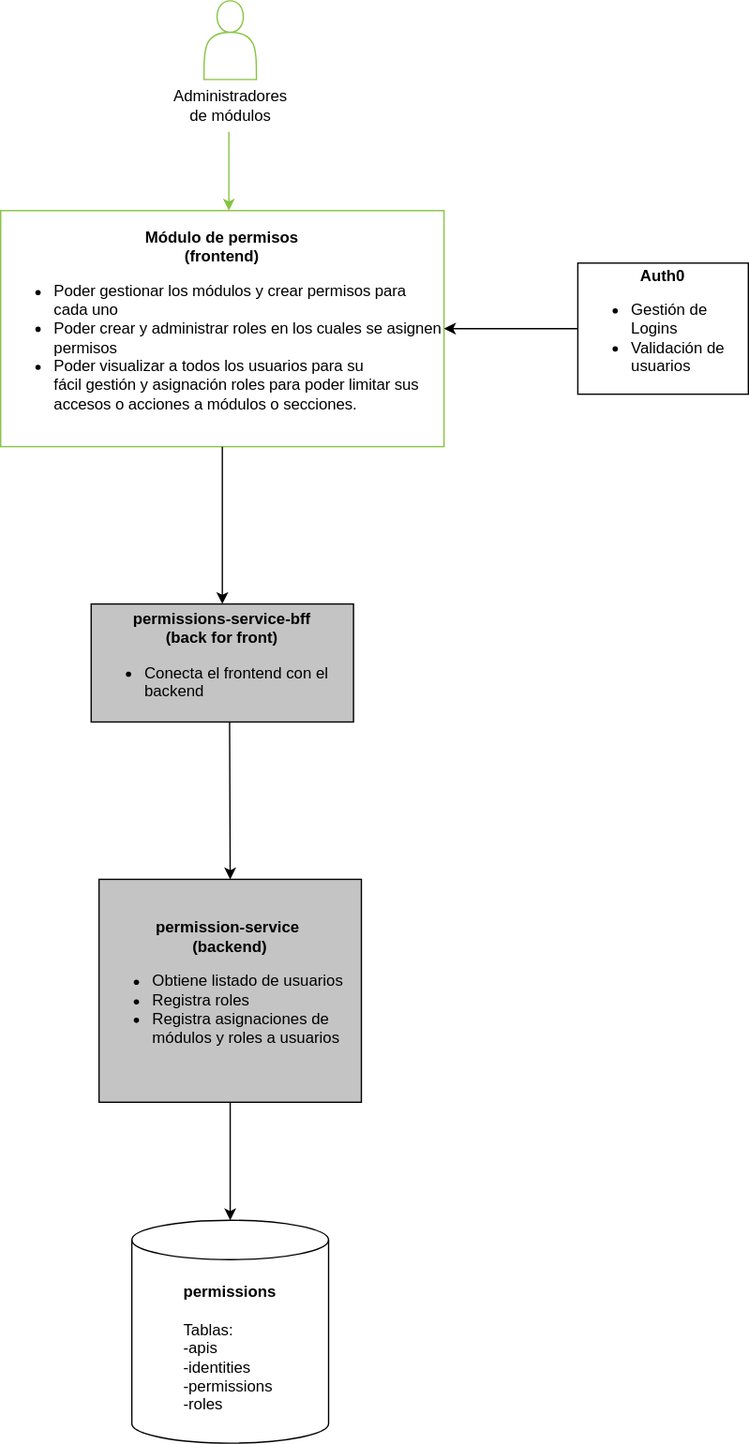
Before: Diagrama C2 Módulo de permisos.svg, a diagram exported from draw.io (dani99m/Diagramas). Source tidied: cells renumbered, new cells last; positions are measured from the earlier drawing's top-left corner, leaving out a move shared by most shapes.
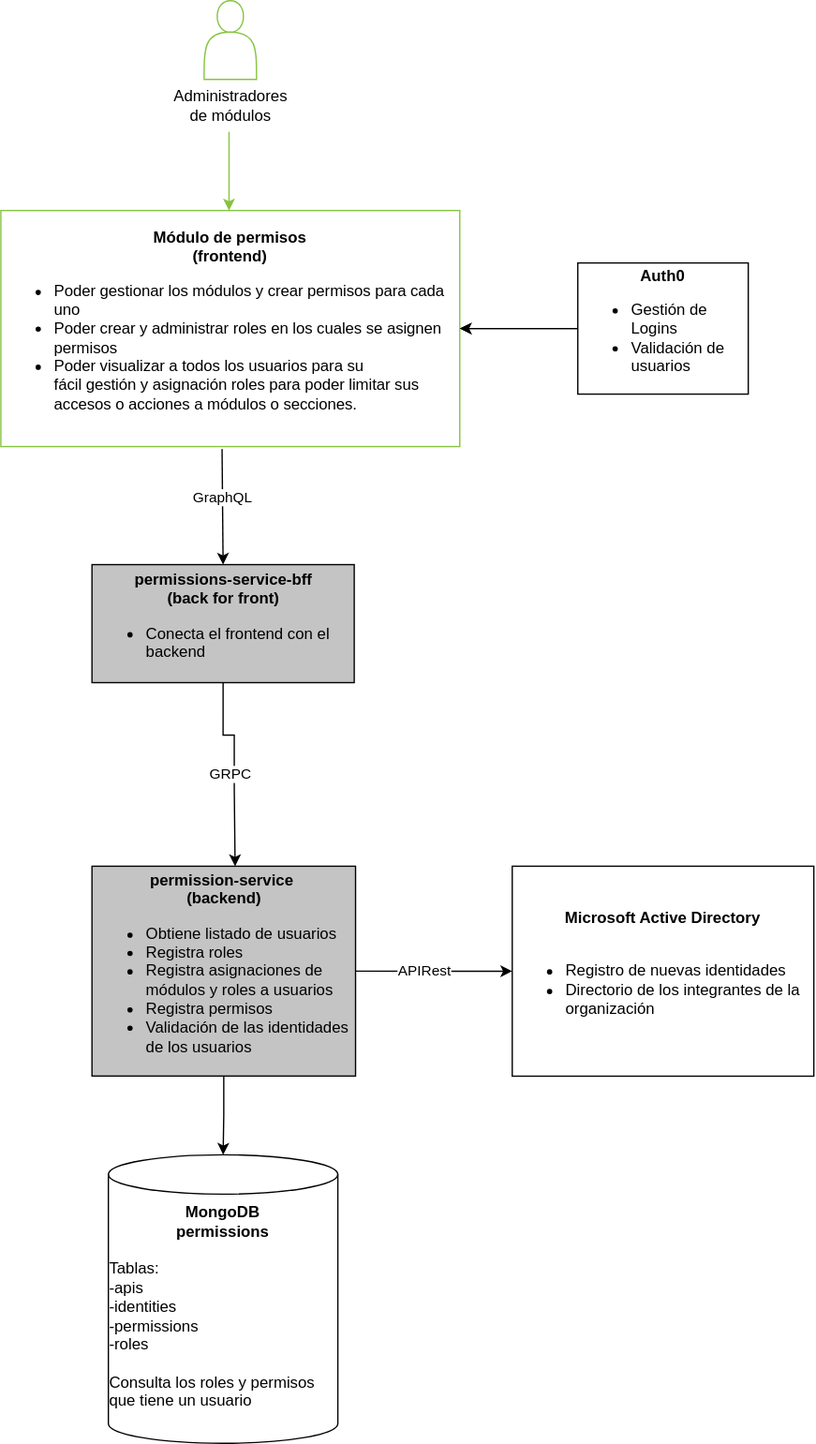
The same file after the commit.

The edit, as a diff of the source:
```diff
@@ -18,37 +18,59 @@
       </mxGeometry>
     </mxCell>
     <mxCell id="5" value="&lt;span style=&quot;background-color: initial;&quot;&gt;&lt;b&gt;Módulo de permisos&lt;br&gt;(frontend)&lt;/b&gt;&lt;br&gt;&lt;ul style=&quot;&quot;&gt;&lt;li style=&quot;text-align: left;&quot;&gt;&lt;span style=&quot;background-color: initial;&quot;&gt;&lt;span style=&quot;font-size: 1em; letter-spacing: -0.005em;&quot;&gt;Poder gestionar los &lt;/span&gt;&lt;span style=&quot;font-size: 12px; letter-spacing: -0.06px;&quot;&gt;módulos&lt;/span&gt;&lt;span style=&quot;font-size: 1em; letter-spacing: -0.005em;&quot;&gt;&amp;nbsp;y crear permisos para cada uno&lt;/span&gt;&lt;/span&gt;&lt;/li&gt;&lt;li style=&quot;text-align: left;&quot;&gt;&lt;span style=&quot;font-size: 1em; letter-spacing: -0.005em; background-color: initial;&quot;&gt;Poder crear y administrar roles en los cuales se asignen permisos&lt;/span&gt;&lt;/li&gt;&lt;li style=&quot;text-align: left;&quot;&gt;&lt;span style=&quot;background-color: initial;&quot;&gt;&lt;span style=&quot;font-size: 1em; letter-spacing: -0.005em;&quot;&gt;Poder visualizar a todos los usuarios para su &lt;/span&gt;&lt;span style=&quot;font-size: 12px; letter-spacing: -0.06px;&quot;&gt;fácil&lt;/span&gt;&lt;span style=&quot;font-size: 1em; letter-spacing: -0.005em;&quot;&gt;&amp;nbsp;&lt;/span&gt;&lt;span style=&quot;font-size: 12px; letter-spacing: -0.06px;&quot;&gt;gestión&lt;/span&gt;&lt;span style=&quot;font-size: 1em; letter-spacing: -0.005em;&quot;&gt;&amp;nbsp;y &lt;/span&gt;&lt;span style=&quot;font-size: 12px; letter-spacing: -0.06px;&quot;&gt;asignación&lt;/span&gt;&lt;span style=&quot;font-size: 1em; letter-spacing: -0.005em;&quot;&gt;&amp;nbsp;roles para poder limitar sus accesos o acciones a &lt;/span&gt;&lt;span style=&quot;font-size: 12px; letter-spacing: -0.06px;&quot;&gt;módulos&lt;/span&gt;&lt;span style=&quot;font-size: 1em; letter-spacing: -0.005em;&quot;&gt;&amp;nbsp;o secciones.&lt;/span&gt;&lt;/span&gt;&lt;/li&gt;&lt;/ul&gt;&lt;/span&gt;" style="rounded=0;whiteSpace=wrap;html=1;strokeColor=#85C440;" parent="1" vertex="1">
-      <mxGeometry y="160" width="338" height="180" as="geometry" />
+      <mxGeometry y="160" width="350" height="180" as="geometry" />
     </mxCell>
-    <mxCell id="6" style="edgeStyle=orthogonalEdgeStyle;rounded=0;jettySize=auto;html=1;entryX=0.5;entryY=0;entryDx=0;entryDy=0;" parent="1" edge="1" target="12">
+    <mxCell id="6" style="edgeStyle=orthogonalEdgeStyle;rounded=0;jettySize=auto;html=1;exitX=0.5;exitY=1;exitDx=0;exitDy=0;entryX=0.543;entryY=0;entryDx=0;entryDy=0;entryPerimeter=0;" parent="1" edge="1" source="10" target="12">
       <mxGeometry relative="1" as="geometry">
-        <mxPoint x="174.5" y="530" as="sourcePoint" />
         <Array as="points">
-          <mxPoint x="174" y="540" />
-          <mxPoint x="175" y="540" />
+          <mxPoint x="170" y="560" />
+          <mxPoint x="178" y="560" />
+          <mxPoint x="178" y="600" />
         </Array>
       </mxGeometry>
     </mxCell>
+    <mxCell id="14" value="GRPC" style="edgeLabel;html=1;align=center;verticalAlign=middle;" parent="6" vertex="1">
+      <mxGeometry x="-0.31" y="-1" relative="1" as="geometry">
+        <mxPoint x="-2" y="27" as="offset" />
+      </mxGeometry>
+    </mxCell>
     <mxCell id="7" style="edgeStyle=orthogonalEdgeStyle;rounded=0;jettySize=auto;html=1;entryX=1;entryY=0.5;entryDx=0;entryDy=0;strokeColor=#000000;" parent="1" edge="1" source="8" target="5">
       <mxGeometry relative="1" as="geometry" />
     </mxCell>
+    <mxCell id="15" style="edgeStyle=orthogonalEdgeStyle;rounded=0;jettySize=auto;html=1;" parent="1" edge="1" source="8" target="5">
+      <mxGeometry relative="1" as="geometry" />
+    </mxCell>
     <mxCell id="8" value="&lt;b&gt;Auth0&lt;/b&gt;&lt;br&gt;&lt;div style=&quot;text-align: left;&quot;&gt;&lt;ul&gt;&lt;li&gt;&lt;span style=&quot;background-color: initial;&quot;&gt;Gestión de Logins&lt;/span&gt;&lt;/li&gt;&lt;li&gt;&lt;span style=&quot;background-color: initial;&quot;&gt;Validación de usuarios&lt;/span&gt;&lt;/li&gt;&lt;/ul&gt;&lt;/div&gt;" style="rounded=0;whiteSpace=wrap;html=1;" parent="1" vertex="1">
       <mxGeometry x="440" y="200" width="130" height="100" as="geometry" />
     </mxCell>
-    <mxCell id="9" style="endArrow=classic;html=1;rounded=0;entryX=0.5;entryY=0;entryDx=0;entryDy=0;exitX=0.5;exitY=1;exitDx=0;exitDy=0;" parent="1" edge="1" source="5" target="10">
+    <mxCell id="9" style="endArrow=classic;html=1;rounded=0;entryX=0.5;entryY=0;entryDx=0;entryDy=0;exitX=0.482;exitY=1.011;exitDx=0;exitDy=0;exitPerimeter=0;" parent="1" edge="1" source="5" target="10">
       <mxGeometry relative="1" as="geometry" />
     </mxCell>
+    <mxCell id="16" value="GraphQL" style="edgeLabel;html=1;align=center;verticalAlign=middle;" parent="9" vertex="1">
+      <mxGeometry x="-0.18" relative="1" as="geometry" />
+    </mxCell>
     <mxCell id="10" value="&lt;b&gt;permissions-service-bff&lt;br&gt;(back for front)&lt;/b&gt;&lt;br&gt;&lt;div style=&quot;text-align: left;&quot;&gt;&lt;ul&gt;&lt;li&gt;Conecta el frontend con el backend&lt;/li&gt;&lt;/ul&gt;&lt;/div&gt;" style="rounded=0;whiteSpace=wrap;html=1;fillColor=#C4C4C4;" parent="1" vertex="1">
-      <mxGeometry x="69" y="460" width="200" height="90" as="geometry" />
+      <mxGeometry x="69.5" y="430" width="200" height="90" as="geometry" />
     </mxCell>
     <mxCell id="11" style="edgeStyle=orthogonalEdgeStyle;rounded=0;jettySize=auto;html=1;exitX=0.5;exitY=1;exitDx=0;exitDy=0;entryX=0.5;entryY=0;entryDx=0;entryDy=0;entryPerimeter=0;strokeColor=#000000;" parent="1" edge="1" source="12" target="13">
       <mxGeometry relative="1" as="geometry" />
     </mxCell>
+    <mxCell id="17" style="edgeStyle=orthogonalEdgeStyle;rounded=0;jettySize=auto;html=1;exitX=1;exitY=0.5;exitDx=0;exitDy=0;" parent="1" edge="1" source="12" target="19">
+      <mxGeometry relative="1" as="geometry" />
+    </mxCell>
+    <mxCell id="18" value="APIRest" style="edgeLabel;html=1;align=center;verticalAlign=middle;" parent="17" vertex="1">
+      <mxGeometry x="-0.12" y="-2" relative="1" as="geometry">
+        <mxPoint y="-2" as="offset" />
+      </mxGeometry>
+    </mxCell>
-    <mxCell id="12" value="&lt;b&gt;permission-service&amp;nbsp;&lt;br&gt;(backend)&lt;/b&gt;&lt;br&gt;&lt;div style=&quot;text-align: left;&quot;&gt;&lt;ul&gt;&lt;li&gt;&lt;span style=&quot;background-color: initial;&quot;&gt;Obtiene listado de usuarios&lt;/span&gt;&lt;/li&gt;&lt;li&gt;Registra roles&lt;/li&gt;&lt;li&gt;Registra asignaciones de módulos y roles a usuarios&lt;/li&gt;&lt;/ul&gt;&lt;/div&gt;" style="rounded=0;whiteSpace=wrap;html=1;fillColor=#C4C4C4;" parent="1" vertex="1">
-      <mxGeometry x="75" y="670" width="200" height="170" as="geometry" />
+    <mxCell id="12" value="&lt;b&gt;permission-service&amp;nbsp;&lt;br&gt;(backend)&lt;/b&gt;&lt;br&gt;&lt;div style=&quot;text-align: left;&quot;&gt;&lt;ul&gt;&lt;li&gt;&lt;span style=&quot;background-color: initial;&quot;&gt;Obtiene listado de usuarios&lt;/span&gt;&lt;/li&gt;&lt;li&gt;Registra roles&lt;/li&gt;&lt;li&gt;Registra asignaciones de módulos y roles a usuarios&lt;/li&gt;&lt;li&gt;Registra permisos&amp;nbsp;&lt;/li&gt;&lt;li&gt;Validación de las identidades de los usuarios&lt;/li&gt;&lt;/ul&gt;&lt;/div&gt;" style="rounded=0;whiteSpace=wrap;html=1;fillColor=#C4C4C4;" parent="1" vertex="1">
+      <mxGeometry x="69.5" y="660" width="201" height="160" as="geometry" />
     </mxCell>
-    <mxCell id="13" value="&lt;b&gt;permissions&lt;/b&gt;&lt;br&gt;&lt;br&gt;&lt;div style=&quot;text-align: left;&quot;&gt;&lt;span style=&quot;background-color: initial;&quot;&gt;Tablas:&lt;/span&gt;&lt;/div&gt;&lt;div style=&quot;text-align: left;&quot;&gt;&lt;span style=&quot;background-color: initial;&quot;&gt;-apis&lt;/span&gt;&lt;/div&gt;&lt;div style=&quot;text-align: left;&quot;&gt;&lt;span style=&quot;background-color: initial;&quot;&gt;-identities&lt;/span&gt;&lt;/div&gt;&lt;div style=&quot;text-align: left;&quot;&gt;&lt;span style=&quot;background-color: initial;&quot;&gt;-permissions&lt;/span&gt;&lt;/div&gt;&lt;div style=&quot;text-align: left;&quot;&gt;-roles&lt;/div&gt;" style="shape=cylinder3;whiteSpace=wrap;html=1;boundedLbl=1;backgroundOutline=1;size=15;" parent="1" vertex="1">
-      <mxGeometry x="100" y="930" width="150" height="170" as="geometry" />
+    <mxCell id="13" value="&lt;b&gt;MongoDB&lt;br&gt;permissions&lt;/b&gt;&lt;br&gt;&lt;br&gt;&lt;div style=&quot;text-align: left;&quot;&gt;&lt;span style=&quot;background-color: initial;&quot;&gt;Tablas:&lt;/span&gt;&lt;/div&gt;&lt;div style=&quot;text-align: left;&quot;&gt;&lt;span style=&quot;background-color: initial;&quot;&gt;-apis&lt;/span&gt;&lt;/div&gt;&lt;div style=&quot;text-align: left;&quot;&gt;&lt;span style=&quot;background-color: initial;&quot;&gt;-identities&lt;/span&gt;&lt;/div&gt;&lt;div style=&quot;text-align: left;&quot;&gt;&lt;span style=&quot;background-color: initial;&quot;&gt;-permissions&lt;/span&gt;&lt;/div&gt;&lt;div style=&quot;text-align: left;&quot;&gt;-roles&lt;br&gt;&lt;br&gt;Consulta los roles y&amp;nbsp;&lt;span style=&quot;background-color: initial;&quot;&gt;permisos que tiene un usuario&lt;/span&gt;&lt;/div&gt;&lt;div style=&quot;text-align: left;&quot;&gt;&lt;br&gt;&lt;/div&gt;" style="shape=cylinder3;whiteSpace=wrap;html=1;boundedLbl=1;backgroundOutline=1;size=15;" parent="1" vertex="1">
+      <mxGeometry x="82" y="880" width="175" height="220" as="geometry" />
     </mxCell>
+    <mxCell id="19" value="&lt;b&gt;Microsoft Active Directory&lt;br&gt;&lt;/b&gt;&lt;br&gt;&lt;div style=&quot;text-align: left;&quot;&gt;&lt;ul&gt;&lt;li&gt;Registro de nuevas identidades&lt;/li&gt;&lt;li&gt;Directorio de los integrantes de la organización&lt;/li&gt;&lt;/ul&gt;&lt;/div&gt;" style="rounded=0;whiteSpace=wrap;html=1;" parent="1" vertex="1">
+      <mxGeometry x="390" y="660" width="230" height="160.1" as="geometry" />
+    </mxCell>
   </root>
 </mxGraphModel>
```
